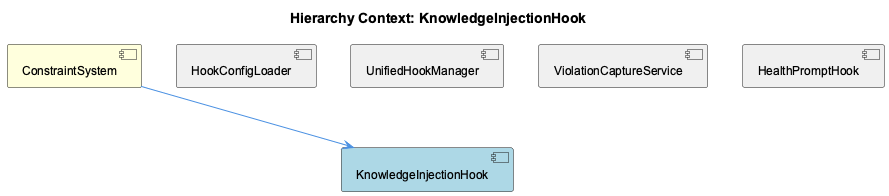
fwornle/coding keeps this PlantUML diagram as knowledge-management/insights/images/knowledge-injection-hook-relationship.png. Above is the earlier version. Its diagram source:
```plantuml
@startuml
!include _standard-style.puml

title Hierarchy Context: KnowledgeInjectionHook

[ConstraintSystem] as constraint_system #FFFFDD
[KnowledgeInjectionHook] as knowledge_injection_hook #LightBlue
[HookConfigLoader] as hook_config_loader #F0F0F0
[UnifiedHookManager] as unified_hook_manager #F0F0F0
[ViolationCaptureService] as violation_capture_service #F0F0F0
[HealthPromptHook] as health_prompt_hook #F0F0F0

constraint_system --> knowledge_injection_hook
hook_config_loader -[hidden]- knowledge_injection_hook
unified_hook_manager -[hidden]- knowledge_injection_hook
violation_capture_service -[hidden]- knowledge_injection_hook
health_prompt_hook -[hidden]- knowledge_injection_hook

@enduml
```
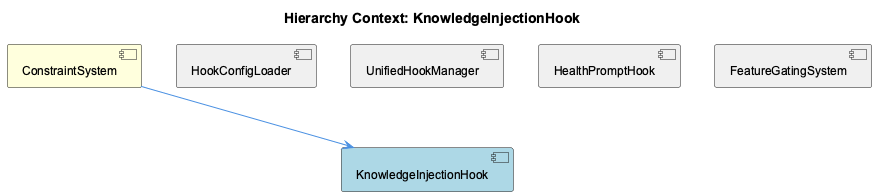
The same file after the commit.

Change to the diagram source:
```diff
@@ -7,13 +7,13 @@
 [KnowledgeInjectionHook] as knowledge_injection_hook #LightBlue
 [HookConfigLoader] as hook_config_loader #F0F0F0
 [UnifiedHookManager] as unified_hook_manager #F0F0F0
-[ViolationCaptureService] as violation_capture_service #F0F0F0
 [HealthPromptHook] as health_prompt_hook #F0F0F0
+[FeatureGatingSystem] as feature_gating_system #F0F0F0
 
 constraint_system --> knowledge_injection_hook
 hook_config_loader -[hidden]- knowledge_injection_hook
 unified_hook_manager -[hidden]- knowledge_injection_hook
-violation_capture_service -[hidden]- knowledge_injection_hook
 health_prompt_hook -[hidden]- knowledge_injection_hook
+feature_gating_system -[hidden]- knowledge_injection_hook
 
 @enduml
```
